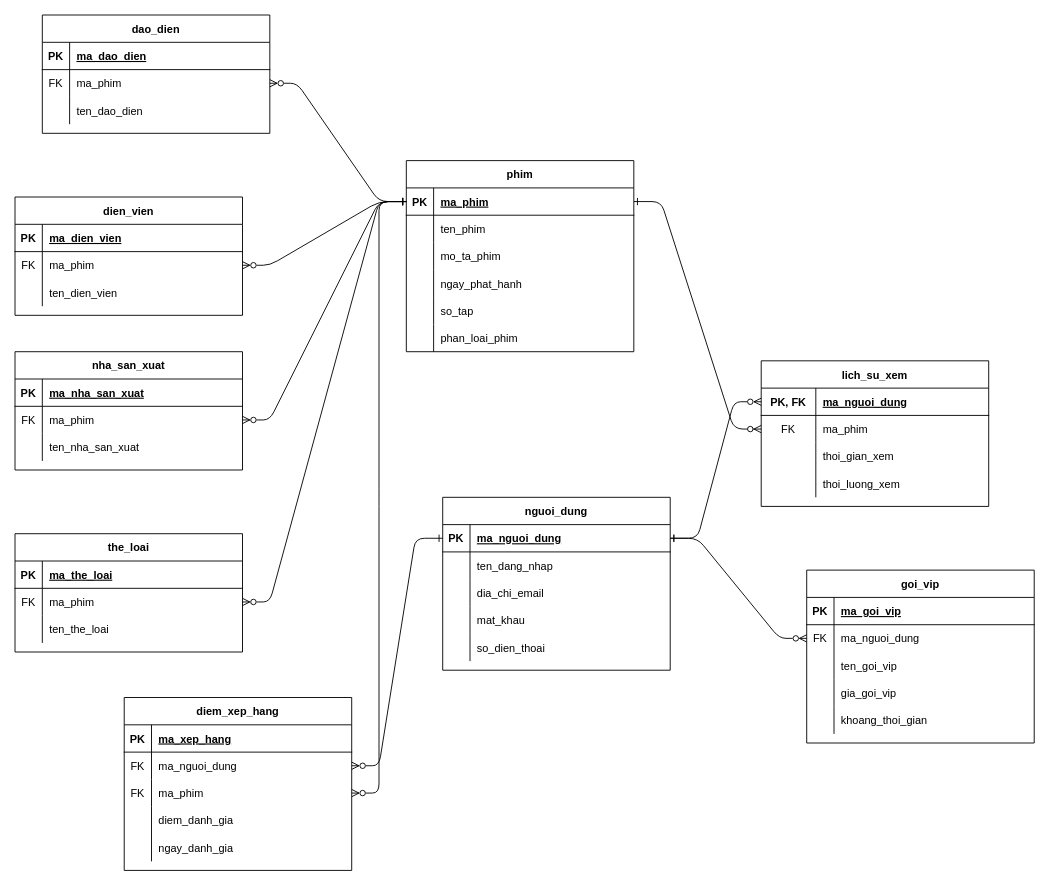
Before: erd/erdphimmoiflix.drawio in ngochai68/Phimmoiflix, a draw.io diagram. Source tidied: cells renumbered, new cells numbered last; positions are measured from the earlier drawing's top-left corner, leaving out a move shared by most shapes. Both pictures are drawn from the tidied source at 91%, with x=0, y=0 at pixel (15, 15).
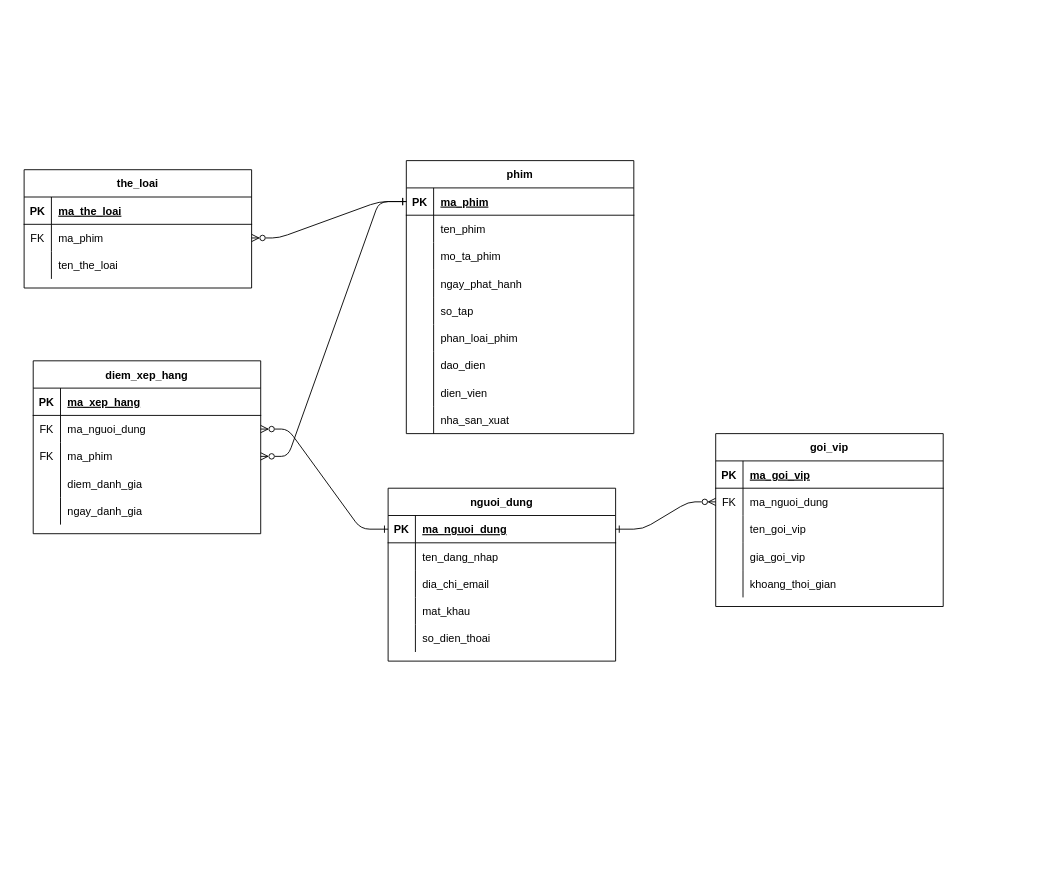
The same diagram, later.

Unchanged cells that the change refers to:
```xml
<mxCell id="3" style="shape=partialRectangle;fillColor=none;points=[[0,0.5],[1,0.5]];portConstraint=eastwest;top=0;left=0;right=0;bottom=1;" parent="2" vertex="1">
  <mxGeometry y="30" width="250" height="30" as="geometry" />
</mxCell>
<mxCell id="20" style="shape=partialRectangle;fillColor=none;points=[[0,0.5],[1,0.5]];portConstraint=eastwest;top=0;left=0;right=0;bottom=1;" parent="19" vertex="1">
  <mxGeometry y="30" width="250" height="30" as="geometry" />
</mxCell>
```

What changed in the source:
```diff
@@
     <mxCell id="2" value="nguoi_dung" style="shape=table;startSize=30;childLayout=tableLayout;rowLines=0;fontStyle=1;align=center;" parent="1" vertex="1">
-      <mxGeometry x="470" y="530" width="250" height="190" as="geometry" />
+      <mxGeometry x="410" y="520" width="250" height="190" as="geometry" />
     </mxCell>
@@
     <mxCell id="19" value="phim" style="shape=table;startSize=30;childLayout=tableLayout;rowLines=0;fontStyle=1;align=center;" parent="1" vertex="1">
-      <mxGeometry x="430" y="160" width="250" height="210" as="geometry" />
+      <mxGeometry x="430" y="160" width="250" height="300" as="geometry" />
     </mxCell>
@@
+    <mxCell id="131" style="shape=partialRectangle;fillColor=none;top=0;left=0;right=0;bottom=0;" parent="19" vertex="1">
+      <mxGeometry y="210" width="250" height="30" as="geometry" />
+    </mxCell>
+    <mxCell id="132" style="shape=partialRectangle;overflow=hidden;fillColor=none;top=0;left=0;bottom=0;right=0;" parent="131" vertex="1">
+      <mxGeometry width="30" height="30" as="geometry" />
+    </mxCell>
+    <mxCell id="48" value="dao_dien" style="shape=partialRectangle;overflow=hidden;fillColor=none;top=0;left=0;bottom=0;right=0;align=left;spacingLeft=6;" parent="131" vertex="1">
+      <mxGeometry x="30" width="220" height="30" as="geometry" />
+    </mxCell>
+    <mxCell id="133" style="shape=partialRectangle;fillColor=none;top=0;left=0;right=0;bottom=0;" parent="19" vertex="1">
+      <mxGeometry y="240" width="250" height="30" as="geometry" />
+    </mxCell>
+    <mxCell id="134" style="shape=partialRectangle;overflow=hidden;fillColor=none;top=0;left=0;bottom=0;right=0;" parent="133" vertex="1">
+      <mxGeometry width="30" height="30" as="geometry" />
+    </mxCell>
+    <mxCell id="59" value="dien_vien" style="shape=partialRectangle;overflow=hidden;fillColor=none;top=0;left=0;bottom=0;right=0;align=left;spacingLeft=6;" parent="133" vertex="1">
+      <mxGeometry x="30" width="220" height="30" as="geometry" />
+    </mxCell>
+    <mxCell id="135" style="shape=partialRectangle;fillColor=none;top=0;left=0;right=0;bottom=0;" parent="19" vertex="1">
+      <mxGeometry y="270" width="250" height="30" as="geometry" />
+    </mxCell>
+    <mxCell id="136" style="shape=partialRectangle;overflow=hidden;fillColor=none;top=0;left=0;bottom=0;right=0;" parent="135" vertex="1">
+      <mxGeometry width="30" height="30" as="geometry" />
+    </mxCell>
+    <mxCell id="88" value="nha_san_xuat" style="shape=partialRectangle;overflow=hidden;fillColor=none;top=0;left=0;bottom=0;right=0;align=left;spacingLeft=6;" parent="135" vertex="1">
+      <mxGeometry x="30" width="220" height="30" as="geometry" />
+    </mxCell>
     <mxCell id="38" value="the_loai" style="shape=table;startSize=30;childLayout=tableLayout;rowLines=0;fontStyle=1;align=center;" parent="1" vertex="1">
-      <mxGeometry y="570" width="250" height="130" as="geometry" />
+      <mxGeometry x="10" y="170" width="250" height="130" as="geometry" />
     </mxCell>
@@
-    <mxCell id="48" value="dao_dien" style="shape=table;startSize=30;childLayout=tableLayout;rowLines=0;fontStyle=1;align=center;" parent="1" vertex="1">
-      <mxGeometry x="30" width="250" height="130" as="geometry" />
-    </mxCell>
-    <mxCell id="49" style="shape=partialRectangle;fillColor=none;top=0;left=0;right=0;bottom=1;" parent="48" vertex="1">
-      <mxGeometry y="30" width="250" height="30" as="geometry" />
-    </mxCell>
-    <mxCell id="50" value="PK" style="shape=partialRectangle;overflow=hidden;fillColor=none;top=0;left=0;bottom=0;right=0;fontStyle=1;" parent="49" vertex="1">
-      <mxGeometry width="30" height="30" as="geometry" />
-    </mxCell>
-    <mxCell id="51" value="ma_dao_dien" style="shape=partialRectangle;overflow=hidden;fillColor=none;top=0;left=0;bottom=0;right=0;align=left;spacingLeft=6;fontStyle=5;" parent="49" vertex="1">
-      <mxGeometry x="30" width="220" height="30" as="geometry" />
-    </mxCell>
-    <mxCell id="52" style="shape=partialRectangle;fillColor=none;points=[[0,0.5],[1,0.5]];portConstraint=eastwest;top=0;left=0;right=0;bottom=0;" parent="48" vertex="1">
-      <mxGeometry y="60" width="250" height="30" as="geometry" />
-    </mxCell>
-    <mxCell id="53" value="FK" style="shape=partialRectangle;overflow=hidden;fillColor=none;top=0;left=0;bottom=0;right=0;" parent="52" vertex="1">
-      <mxGeometry width="30" height="30" as="geometry" />
-    </mxCell>
-    <mxCell id="54" value="ma_phim" style="shape=partialRectangle;overflow=hidden;fillColor=none;top=0;left=0;bottom=0;right=0;align=left;spacingLeft=6;" parent="52" vertex="1">
-      <mxGeometry x="30" width="220" height="30" as="geometry" />
-    </mxCell>
-    <mxCell id="55" style="shape=partialRectangle;fillColor=none;top=0;left=0;right=0;bottom=0;" parent="48" vertex="1">
-      <mxGeometry y="90" width="250" height="30" as="geometry" />
-    </mxCell>
-    <mxCell id="56" style="shape=partialRectangle;overflow=hidden;fillColor=none;top=0;left=0;bottom=0;right=0;" parent="55" vertex="1">
-      <mxGeometry width="30" height="30" as="geometry" />
-    </mxCell>
-    <mxCell id="57" value="ten_dao_dien" style="shape=partialRectangle;overflow=hidden;fillColor=none;top=0;left=0;bottom=0;right=0;align=left;spacingLeft=6;" parent="55" vertex="1">
-      <mxGeometry x="30" width="220" height="30" as="geometry" />
-    </mxCell>
-    <mxCell id="58" style="edgeStyle=entityRelationEdgeStyle;endArrow=ERone;startArrow=ERzeroToMany;endFill=0;startFill=0;entryX=0;entryY=0.5;entryDx=0;entryDy=0;exitX=1;exitY=0.5;exitDx=0;exitDy=0;" parent="1" edge="1" source="52" target="20">
-      <mxGeometry relative="1" as="geometry" />
-    </mxCell>
-    <mxCell id="59" value="dien_vien" style="shape=table;startSize=30;childLayout=tableLayout;rowLines=0;fontStyle=1;align=center;" parent="1" vertex="1">
-      <mxGeometry y="200" width="250" height="130" as="geometry" />
-    </mxCell>
-    <mxCell id="60" style="shape=partialRectangle;fillColor=none;top=0;left=0;right=0;bottom=1;" parent="59" vertex="1">
-      <mxGeometry y="30" width="250" height="30" as="geometry" />
-    </mxCell>
-    <mxCell id="61" value="PK" style="shape=partialRectangle;overflow=hidden;fillColor=none;top=0;left=0;bottom=0;right=0;fontStyle=1;" parent="60" vertex="1">
-      <mxGeometry width="30" height="30" as="geometry" />
-    </mxCell>
-    <mxCell id="62" value="ma_dien_vien" style="shape=partialRectangle;overflow=hidden;fillColor=none;top=0;left=0;bottom=0;right=0;align=left;spacingLeft=6;fontStyle=5;" parent="60" vertex="1">
-      <mxGeometry x="30" width="220" height="30" as="geometry" />
-    </mxCell>
-    <mxCell id="63" style="shape=partialRectangle;fillColor=none;points=[[0,0.5],[1,0.5]];portConstraint=eastwest;top=0;left=0;right=0;bottom=0;" parent="59" vertex="1">
-      <mxGeometry y="60" width="250" height="30" as="geometry" />
-    </mxCell>
-    <mxCell id="64" value="FK" style="shape=partialRectangle;overflow=hidden;fillColor=none;top=0;left=0;bottom=0;right=0;" parent="63" vertex="1">
-      <mxGeometry width="30" height="30" as="geometry" />
-    </mxCell>
-    <mxCell id="65" value="ma_phim" style="shape=partialRectangle;overflow=hidden;fillColor=none;top=0;left=0;bottom=0;right=0;align=left;spacingLeft=6;" parent="63" vertex="1">
-      <mxGeometry x="30" width="220" height="30" as="geometry" />
-    </mxCell>
-    <mxCell id="66" style="shape=partialRectangle;fillColor=none;top=0;left=0;right=0;bottom=0;" parent="59" vertex="1">
-      <mxGeometry y="90" width="250" height="30" as="geometry" />
-    </mxCell>
-    <mxCell id="67" style="shape=partialRectangle;overflow=hidden;fillColor=none;top=0;left=0;bottom=0;right=0;" parent="66" vertex="1">
-      <mxGeometry width="30" height="30" as="geometry" />
-    </mxCell>
-    <mxCell id="68" value="ten_dien_vien" style="shape=partialRectangle;overflow=hidden;fillColor=none;top=0;left=0;bottom=0;right=0;align=left;spacingLeft=6;" parent="66" vertex="1">
-      <mxGeometry x="30" width="220" height="30" as="geometry" />
-    </mxCell>
-    <mxCell id="69" style="edgeStyle=entityRelationEdgeStyle;endArrow=ERone;startArrow=ERzeroToMany;endFill=0;startFill=0;entryX=0;entryY=0.5;entryDx=0;entryDy=0;exitX=1;exitY=0.5;exitDx=0;exitDy=0;" parent="1" edge="1" source="63" target="20">
-      <mxGeometry relative="1" as="geometry" />
-    </mxCell>
     <mxCell id="70" value="diem_xep_hang" style="shape=table;startSize=30;childLayout=tableLayout;rowLines=0;fontStyle=1;align=center;" parent="1" vertex="1">
-      <mxGeometry x="120" y="750" width="250" height="190" as="geometry" />
+      <mxGeometry x="20" y="380" width="250" height="190" as="geometry" />
     </mxCell>
@@
-    <mxCell id="88" value="nha_san_xuat" style="shape=table;startSize=30;childLayout=tableLayout;rowLines=0;fontStyle=1;align=center;" parent="1" vertex="1">
-      <mxGeometry y="370" width="250" height="130" as="geometry" />
-    </mxCell>
-    <mxCell id="89" style="shape=partialRectangle;fillColor=none;top=0;left=0;right=0;bottom=1;" parent="88" vertex="1">
-      <mxGeometry y="30" width="250" height="30" as="geometry" />
-    </mxCell>
-    <mxCell id="90" value="PK" style="shape=partialRectangle;overflow=hidden;fillColor=none;top=0;left=0;bottom=0;right=0;fontStyle=1;" parent="89" vertex="1">
-      <mxGeometry width="30" height="30" as="geometry" />
-    </mxCell>
-    <mxCell id="91" value="ma_nha_san_xuat" style="shape=partialRectangle;overflow=hidden;fillColor=none;top=0;left=0;bottom=0;right=0;align=left;spacingLeft=6;fontStyle=5;" parent="89" vertex="1">
-      <mxGeometry x="30" width="220" height="30" as="geometry" />
-    </mxCell>
-    <mxCell id="92" style="shape=partialRectangle;fillColor=none;points=[[0,0.5],[1,0.5]];portConstraint=eastwest;top=0;left=0;right=0;bottom=0;" parent="88" vertex="1">
-      <mxGeometry y="60" width="250" height="30" as="geometry" />
-    </mxCell>
-    <mxCell id="93" value="FK" style="shape=partialRectangle;overflow=hidden;fillColor=none;top=0;left=0;bottom=0;right=0;" parent="92" vertex="1">
-      <mxGeometry width="30" height="30" as="geometry" />
-    </mxCell>
-    <mxCell id="94" value="ma_phim" style="shape=partialRectangle;overflow=hidden;fillColor=none;top=0;left=0;bottom=0;right=0;align=left;spacingLeft=6;" parent="92" vertex="1">
-      <mxGeometry x="30" width="220" height="30" as="geometry" />
-    </mxCell>
-    <mxCell id="95" style="shape=partialRectangle;fillColor=none;top=0;left=0;right=0;bottom=0;" parent="88" vertex="1">
-      <mxGeometry y="90" width="250" height="30" as="geometry" />
-    </mxCell>
-    <mxCell id="96" style="shape=partialRectangle;overflow=hidden;fillColor=none;top=0;left=0;bottom=0;right=0;" parent="95" vertex="1">
-      <mxGeometry width="30" height="30" as="geometry" />
-    </mxCell>
-    <mxCell id="97" value="ten_nha_san_xuat" style="shape=partialRectangle;overflow=hidden;fillColor=none;top=0;left=0;bottom=0;right=0;align=left;spacingLeft=6;" parent="95" vertex="1">
-      <mxGeometry x="30" width="220" height="30" as="geometry" />
-    </mxCell>
-    <mxCell id="98" style="edgeStyle=entityRelationEdgeStyle;endArrow=ERone;startArrow=ERzeroToMany;endFill=0;startFill=0;entryX=0;entryY=0.5;entryDx=0;entryDy=0;exitX=1;exitY=0.5;exitDx=0;exitDy=0;" parent="1" edge="1" source="92" target="20">
-      <mxGeometry relative="1" as="geometry" />
-    </mxCell>
-    <mxCell id="99" value="lich_su_xem" style="shape=table;startSize=30;childLayout=tableLayout;rowLines=0;fontStyle=1;align=center;" parent="1" vertex="1">
-      <mxGeometry x="820" y="380" width="250" height="160" as="geometry" />
-    </mxCell>
-    <mxCell id="100" style="shape=partialRectangle;fillColor=none;points=[[0,0.5],[1,0.5]];portConstraint=eastwest;top=0;left=0;right=0;bottom=1;" parent="99" vertex="1">
-      <mxGeometry y="30" width="250" height="30" as="geometry" />
-    </mxCell>
-    <mxCell id="101" value="PK, FK" style="shape=partialRectangle;overflow=hidden;fillColor=none;top=0;left=0;bottom=0;right=0;fontStyle=1;" parent="100" vertex="1">
-      <mxGeometry width="60" height="30" as="geometry" />
-    </mxCell>
-    <mxCell id="102" value="ma_nguoi_dung" style="shape=partialRectangle;overflow=hidden;fillColor=none;top=0;left=0;bottom=0;right=0;align=left;spacingLeft=6;fontStyle=5;" parent="100" vertex="1">
-      <mxGeometry x="60" width="190" height="30" as="geometry" />
-    </mxCell>
-    <mxCell id="103" style="shape=partialRectangle;fillColor=none;points=[[0,0.5],[1,0.5]];portConstraint=eastwest;top=0;left=0;right=0;bottom=0;" parent="99" vertex="1">
-      <mxGeometry y="60" width="250" height="30" as="geometry" />
-    </mxCell>
-    <mxCell id="104" value="FK" style="shape=partialRectangle;overflow=hidden;fillColor=none;top=0;left=0;bottom=0;right=0;" parent="103" vertex="1">
-      <mxGeometry width="60" height="30" as="geometry" />
-    </mxCell>
-    <mxCell id="105" value="ma_phim" style="shape=partialRectangle;overflow=hidden;fillColor=none;top=0;left=0;bottom=0;right=0;align=left;spacingLeft=6;" parent="103" vertex="1">
-      <mxGeometry x="60" width="190" height="30" as="geometry" />
-    </mxCell>
-    <mxCell id="106" style="shape=partialRectangle;fillColor=none;top=0;left=0;right=0;bottom=0;" parent="99" vertex="1">
-      <mxGeometry y="90" width="250" height="30" as="geometry" />
-    </mxCell>
-    <mxCell id="107" style="shape=partialRectangle;overflow=hidden;fillColor=none;top=0;left=0;bottom=0;right=0;" parent="106" vertex="1">
-      <mxGeometry width="60" height="30" as="geometry" />
-    </mxCell>
-    <mxCell id="108" value="thoi_gian_xem" style="shape=partialRectangle;overflow=hidden;fillColor=none;top=0;left=0;bottom=0;right=0;align=left;spacingLeft=6;" parent="106" vertex="1">
-      <mxGeometry x="60" width="190" height="30" as="geometry" />
-    </mxCell>
-    <mxCell id="109" style="shape=partialRectangle;fillColor=none;top=0;left=0;right=0;bottom=0;" parent="99" vertex="1">
-      <mxGeometry y="120" width="250" height="30" as="geometry" />
-    </mxCell>
-    <mxCell id="110" style="shape=partialRectangle;overflow=hidden;fillColor=none;top=0;left=0;bottom=0;right=0;" parent="109" vertex="1">
-      <mxGeometry width="60" height="30" as="geometry" />
-    </mxCell>
-    <mxCell id="111" value="thoi_luong_xem" style="shape=partialRectangle;overflow=hidden;fillColor=none;top=0;left=0;bottom=0;right=0;align=left;spacingLeft=6;" parent="109" vertex="1">
-      <mxGeometry x="60" width="190" height="30" as="geometry" />
-    </mxCell>
-    <mxCell id="112" style="edgeStyle=entityRelationEdgeStyle;endArrow=ERzeroToMany;startArrow=ERone;endFill=0;startFill=0;" parent="1" edge="1" source="3" target="100">
-      <mxGeometry relative="1" as="geometry" />
-    </mxCell>
-    <mxCell id="113" style="edgeStyle=entityRelationEdgeStyle;endArrow=ERzeroToMany;startArrow=ERone;endFill=1;startFill=0;exitX=1;exitY=0.5;exitDx=0;exitDy=0;" parent="1" edge="1" source="20" target="103">
-      <mxGeometry relative="1" as="geometry" />
-    </mxCell>
@@
     <mxCell id="115" value="goi_vip" style="shape=table;startSize=30;childLayout=tableLayout;rowLines=0;fontStyle=1;align=center;" parent="1" vertex="1">
-      <mxGeometry x="870" y="610" width="250" height="190" as="geometry" />
+      <mxGeometry x="770" y="460" width="250" height="190" as="geometry" />
     </mxCell>
```
